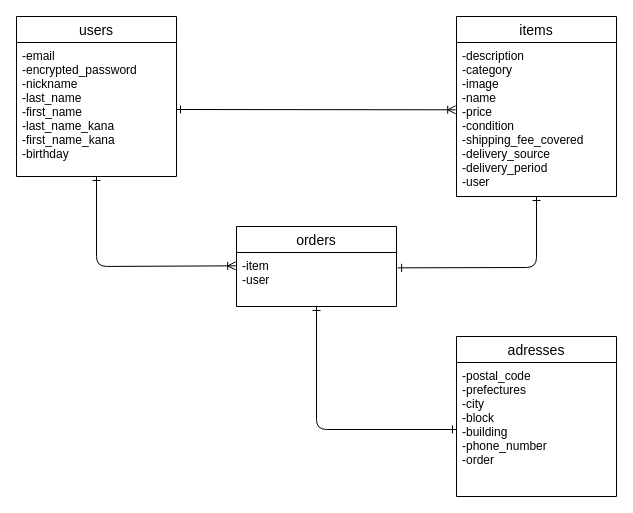
Before: draw.dio in takuya0512/furima-40249, a draw.io diagram. Source tidied: cells renumbered, new cells numbered last; positions are measured from the earlier drawing's top-left corner, leaving out a move shared by most shapes. Both pictures are drawn from the tidied source at 100%, with x=0, y=0 at pixel (16, 16).
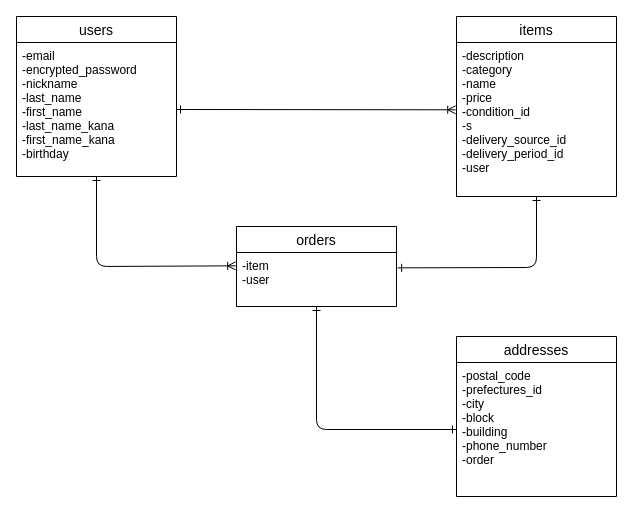
The same diagram, later.

What changed in the source:
```diff
@@
 <mxGraphModel>
   <root>
     <mxCell id="0" />
     <mxCell id="1" parent="0" />
     <mxCell id="2" value="users" style="swimlane;fontStyle=0;horizontal=1;startSize=26;align=center;fontSize=14;" parent="1" vertex="1">
       <mxGeometry width="160" height="160" as="geometry" />
     </mxCell>
-    <mxCell id="3" value="adresses" style="swimlane;fontStyle=0;horizontal=1;startSize=26;align=center;fontSize=14;" parent="1" vertex="1">
+    <mxCell id="3" value="addresses" style="swimlane;fontStyle=0;horizontal=1;startSize=26;align=center;fontSize=14;" parent="1" vertex="1">
       <mxGeometry x="440" y="320" width="160" height="160" as="geometry" />
     </mxCell>
-    <mxCell id="4" value="-postal_code&#10;-prefectures&#10;-city&#10;-block&#10;-building&#10;-phone_number&#10;-order&#10;&#10;" style="text;strokeColor=none;fillColor=none;spacingLeft=4;spacingRight=4;overflow=hidden;points=[[0,0.5],[1,0.5]];portConstraint=eastwest;fontSize=12;" parent="3" vertex="1">
+    <mxCell id="4" value="-postal_code&#10;-prefectures_id&#10;-city&#10;-block&#10;-building&#10;-phone_number&#10;-order&#10;&#10;" style="text;strokeColor=none;fillColor=none;spacingLeft=4;spacingRight=4;overflow=hidden;points=[[0,0.5],[1,0.5]];portConstraint=eastwest;fontSize=12;" parent="3" vertex="1">
       <mxGeometry y="26" width="160" height="134" as="geometry" />
     </mxCell>
     <mxCell id="5" value="items" style="swimlane;fontStyle=0;horizontal=1;startSize=26;align=center;fontSize=14;" parent="1" vertex="1">
       <mxGeometry x="440" width="160" height="180" as="geometry" />
     </mxCell>
-    <mxCell id="6" value="-description&#10;-category&#10;-image&#10;-name&#10;-price&#10;-condition&#10;-shipping_fee_covered&#10;-delivery_source&#10;-delivery_period&#10;-user&#10;" style="text;strokeColor=none;fillColor=none;spacingLeft=4;spacingRight=4;overflow=hidden;points=[[0,0.5],[1,0.5]];portConstraint=eastwest;fontSize=12;" parent="5" vertex="1">
+    <mxCell id="6" value="-description&#10;-category&#10;-name&#10;-price&#10;-condition_id&#10;-s&#10;-delivery_source_id&#10;-delivery_period_id&#10;-user&#10;" style="text;strokeColor=none;fillColor=none;spacingLeft=4;spacingRight=4;overflow=hidden;points=[[0,0.5],[1,0.5]];portConstraint=eastwest;fontSize=12;" parent="5" vertex="1">
       <mxGeometry y="26" width="160" height="154" as="geometry" />
     </mxCell>
     <mxCell id="7" value="orders" style="swimlane;fontStyle=0;horizontal=1;startSize=26;align=center;fontSize=14;" parent="1" vertex="1">
       <mxGeometry x="220" y="210" width="160" height="80" as="geometry" />
     </mxCell>
     <mxCell id="8" value="-item&#10;-user&#10;&#10;" style="text;strokeColor=none;fillColor=none;spacingLeft=4;spacingRight=4;overflow=hidden;points=[[0,0.5],[1,0.5]];portConstraint=eastwest;fontSize=12;" parent="7" vertex="1">
       <mxGeometry y="26" width="160" height="54" as="geometry" />
     </mxCell>
     <mxCell id="9" style="edgeStyle=none;html=1;exitX=1;exitY=0.5;exitDx=0;exitDy=0;entryX=-0.005;entryY=0.437;entryDx=0;entryDy=0;entryPerimeter=0;fontColor=#FF3333;startArrow=ERone;startFill=0;endArrow=ERoneToMany;endFill=0;" parent="1" edge="1" source="10" target="6">
       <mxGeometry relative="1" as="geometry" />
     </mxCell>
     <mxCell id="10" value="-email&#10;-encrypted_password&#10;-nickname&#10;-last_name&#10;-first_name&#10;-last_name_kana&#10;-first_name_kana&#10;-birthday&#10;" style="text;strokeColor=none;fillColor=none;spacingLeft=4;spacingRight=4;overflow=hidden;points=[[0,0.5],[1,0.5]];portConstraint=eastwest;fontSize=12;" parent="1" vertex="1">
       <mxGeometry y="26" width="160" height="134" as="geometry" />
     </mxCell>
     <mxCell id="11" style="edgeStyle=none;html=1;fontColor=#FF3333;startArrow=ERoneToMany;startFill=0;endArrow=ERone;endFill=0;exitX=-0.005;exitY=0.247;exitDx=0;exitDy=0;exitPerimeter=0;" parent="1" edge="1" source="8">
       <mxGeometry relative="1" as="geometry">
         <mxPoint x="80" y="160" as="targetPoint" />
         <Array as="points">
           <mxPoint x="80" y="250" />
         </Array>
       </mxGeometry>
     </mxCell>
     <mxCell id="12" style="edgeStyle=none;html=1;exitX=1.007;exitY=0.284;exitDx=0;exitDy=0;fontColor=#FF3333;startArrow=ERone;startFill=0;endArrow=ERone;endFill=0;exitPerimeter=0;" parent="1" edge="1" source="8">
       <mxGeometry relative="1" as="geometry">
         <mxPoint x="520" y="180" as="targetPoint" />
         <Array as="points">
           <mxPoint x="520" y="251" />
         </Array>
       </mxGeometry>
     </mxCell>
     <mxCell id="13" style="edgeStyle=none;html=1;exitX=0;exitY=0.5;exitDx=0;exitDy=0;entryX=0.5;entryY=1;entryDx=0;entryDy=0;entryPerimeter=0;fontColor=#FF3333;startArrow=ERone;startFill=0;endArrow=ERone;endFill=0;" parent="1" edge="1" source="4" target="8">
       <mxGeometry relative="1" as="geometry">
         <Array as="points">
           <mxPoint x="300" y="413" />
         </Array>
       </mxGeometry>
     </mxCell>
   </root>
 </mxGraphModel>
```
